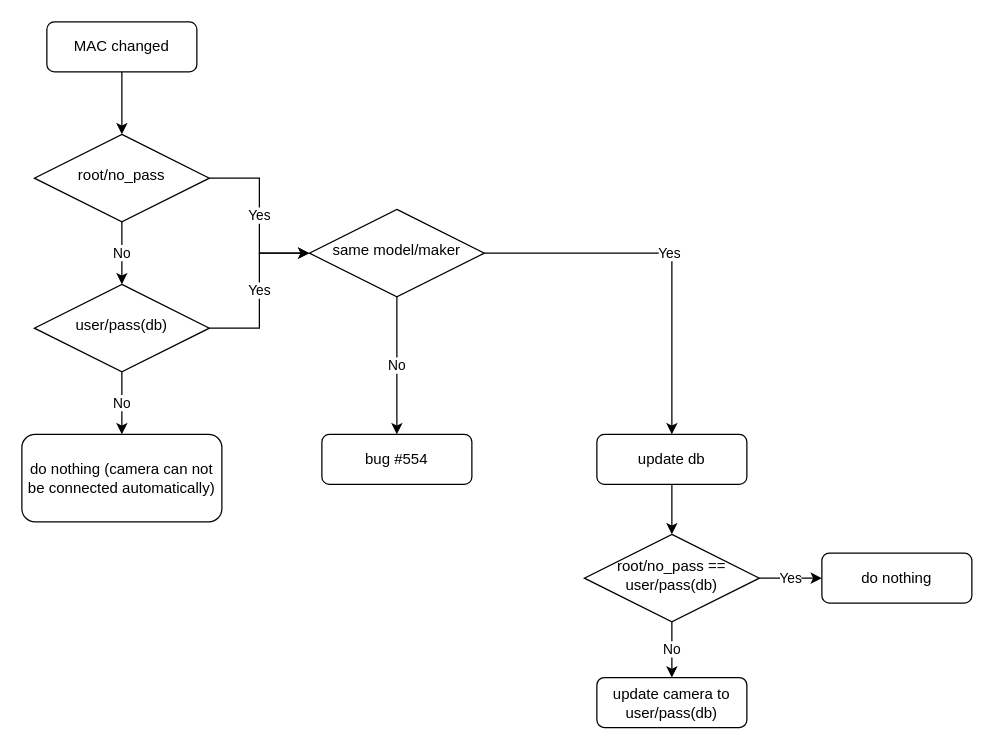
This is change_camera.drawio from minh91a1/drawio, a draw.io file, before an edit. Source tidied: cells renumbered, new cells numbered last; positions are measured from the earlier drawing's top-left corner, leaving out a move shared by most shapes. Both pictures are drawn from the tidied source at 125%, with x=0, y=0 at pixel (21, 21).
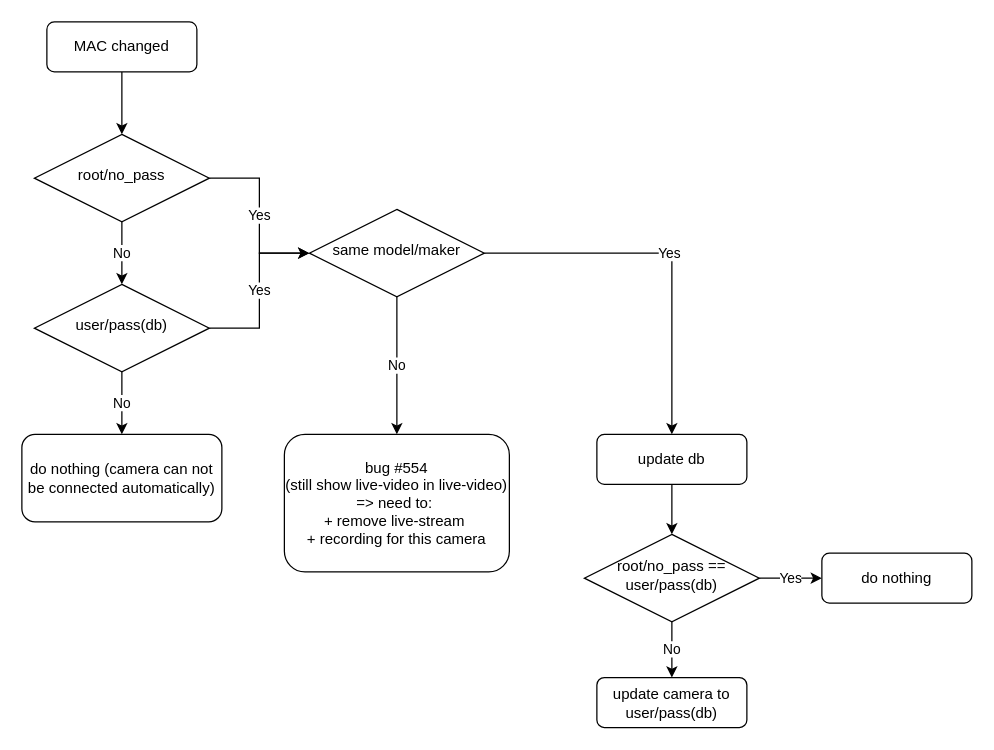
After the change.

Diff of the diagram source:
```diff
@@
-    <mxCell id="14" value="bug #554" style="rounded=1;whiteSpace=wrap;html=1;fontSize=12;glass=0;strokeWidth=1;shadow=0;" parent="1" vertex="1">
-      <mxGeometry x="240" y="330" width="120" height="40" as="geometry" />
+    <mxCell id="14" value="&lt;div align=&quot;center&quot;&gt;bug #554&lt;br&gt;(still show live-video in live-video)&lt;/div&gt;&lt;div align=&quot;center&quot;&gt;=&amp;gt; need to:&amp;nbsp;&lt;/div&gt;&lt;div align=&quot;center&quot;&gt;+ remove live-stream&amp;nbsp;&lt;/div&gt;&lt;div align=&quot;center&quot;&gt;+ recording for this camera&lt;/div&gt;" style="rounded=1;whiteSpace=wrap;html=1;fontSize=12;glass=0;strokeWidth=1;shadow=0;align=center;" parent="1" vertex="1">
+      <mxGeometry x="210" y="330" width="180" height="110" as="geometry" />
     </mxCell>
```
